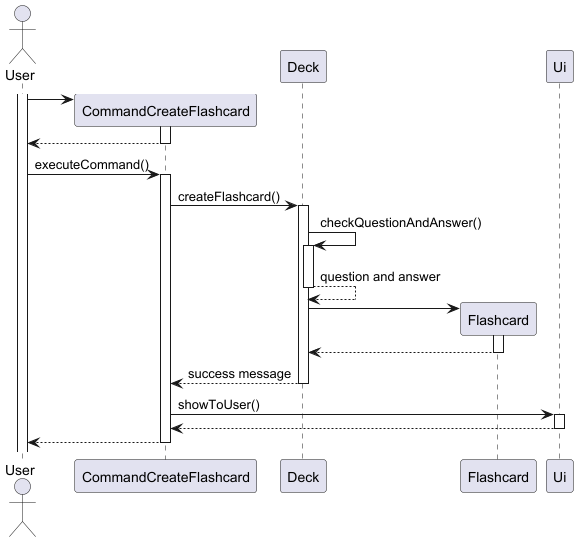
Earlier version of the PlantUML export docs/images/CreateFlashcardSequenceDiagram.png (felfelyuen/tp).
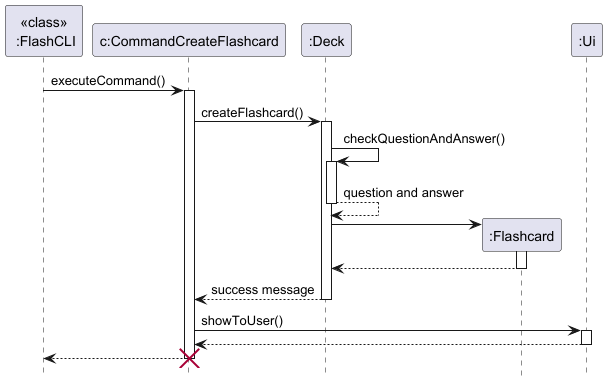
The same diagram one commit later.

Diff of the diagram source:
```diff
@@ -1,21 +1,13 @@
 @startuml
 
-actor User
-participant CommandCreateFlashcard
-participant Deck
-participant Flashcard
-participant Ui
+hide footbox
+participant "<<class>>\n :FlashCLI" as FlashCLI
+participant "c:CommandCreateFlashcard" as CommandCreateFlashcard
+participant ":Deck" as Deck
+participant ":Flashcard" as Flashcard
+participant ":Ui" as Ui
 
-activate User
-create CommandCreateFlashcard
-User -> CommandCreateFlashcard
-activate CommandCreateFlashcard
-
-CommandCreateFlashcard --> User
-deactivate CommandCreateFlashcard
-
-
-User -> CommandCreateFlashcard: executeCommand()
+FlashCLI -> CommandCreateFlashcard: executeCommand()
 activate CommandCreateFlashcard
 CommandCreateFlashcard -> Deck: createFlashcard()
 
@@ -38,7 +30,8 @@
 activate Ui
 Ui --> CommandCreateFlashcard
 deactivate Ui
-CommandCreateFlashcard --> User
+CommandCreateFlashcard --> FlashCLI
 deactivate CommandCreateFlashcard
+destroy CommandCreateFlashcard
 
 @enduml
```
